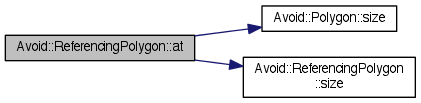
mjwybrow/adaptagrams keeps this Graphviz diagram as documentation/classAvoid_1_1ReferencingPolygon_a908d6fc6a1af577e7ab28be440329747_cgraph.png. Above is the earlier version. Its source is kept beside it as documentation/classAvoid_1_1ReferencingPolygon_a908d6fc6a1af577e7ab28be440329747_cgraph.dot.
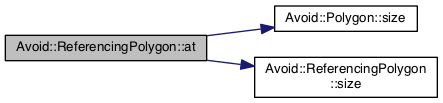
The same diagram one commit later.

Change to the diagram source:
```diff
@@ -3,9 +3,9 @@
   edge [fontname="Helvetica",fontsize="10",labelfontname="Helvetica",labelfontsize="10"];
   node [fontname="Helvetica",fontsize="10",shape=record];
   rankdir="LR";
-  Node1 [label="Avoid::ReferencingPolygon::at",height=0.2,width=0.4,color="black", fillcolor="grey75", style="filled" fontcolor="black"];
+  Node1 [label="Avoid::ReferencingPolygon::at",height=0.2,width=0.4,color="black", fillcolor="grey75", style="filled", fontcolor="black"];
   Node1 -> Node2 [color="midnightblue",fontsize="10",style="solid",fontname="Helvetica"];
-  Node2 [label="Avoid::Polygon::size",height=0.2,width=0.4,color="black", fillcolor="white", style="filled",URL="$classAvoid_1_1Polygon.html#a58c011bded47396fb1bbda2c1eeb9552",tooltip="Returns the number of points in this polygon."];
+  Node2 [label="Avoid::Polygon::size",height=0.2,width=0.4,color="black", fillcolor="white", style="filled",URL="$classAvoid_1_1Polygon.html#a58c011bded47396fb1bbda2c1eeb9552",tooltip="Returns the number of points in this polygon. "];
   Node1 -> Node3 [color="midnightblue",fontsize="10",style="solid",fontname="Helvetica"];
-  Node3 [label="Avoid::ReferencingPolygon\l::size",height=0.2,width=0.4,color="black", fillcolor="white", style="filled",URL="$classAvoid_1_1ReferencingPolygon.html#af76ac706afca60dbef6d0bc2b69d8276",tooltip="Returns the number of points in this polygon."];
+  Node3 [label="Avoid::ReferencingPolygon\l::size",height=0.2,width=0.4,color="black", fillcolor="white", style="filled",URL="$classAvoid_1_1ReferencingPolygon.html#af76ac706afca60dbef6d0bc2b69d8276",tooltip="Returns the number of points in this polygon. "];
 }
```
